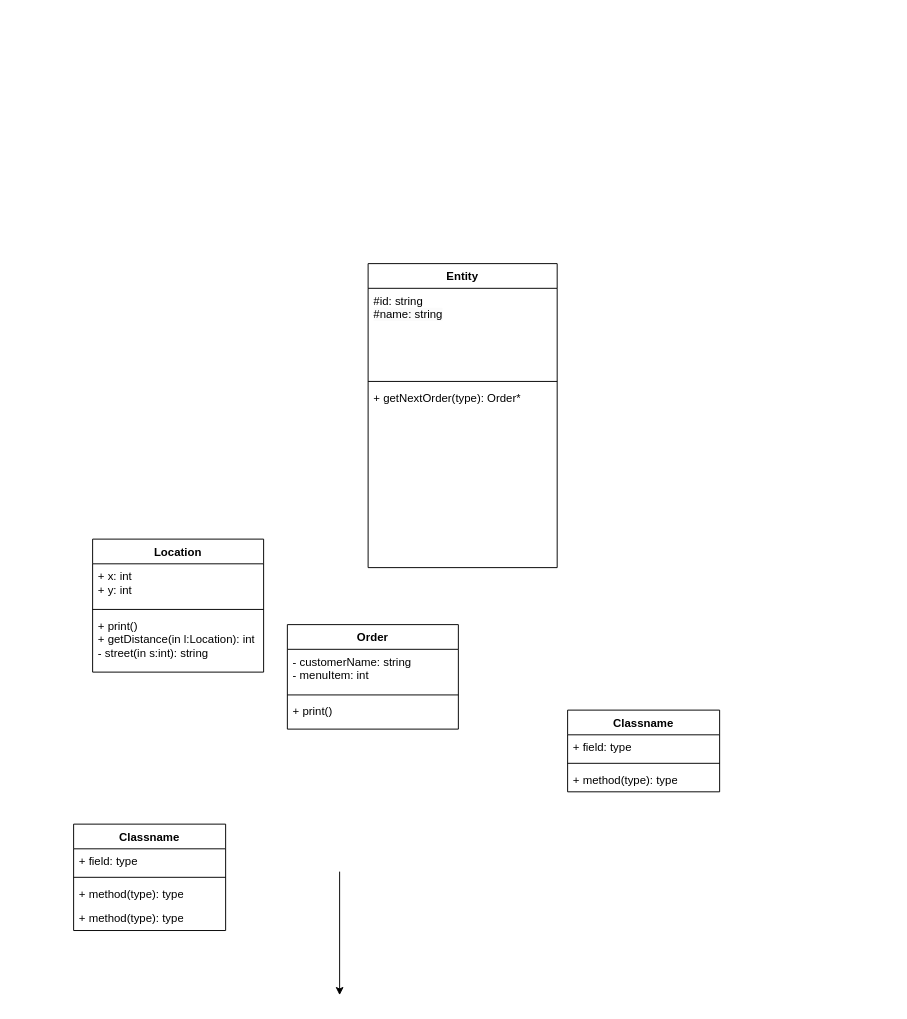
Above: comp 2404 - A3 UML.drawio in determere/2404uml-a3 (draw.io), before the change. Source tidied: cells renumbered, new cells numbered last; positions are measured from the earlier drawing's top-left corner, leaving out a move shared by most shapes. Both pictures are drawn from the tidied source at 95%, with x=0, y=0 at pixel (73, 263).
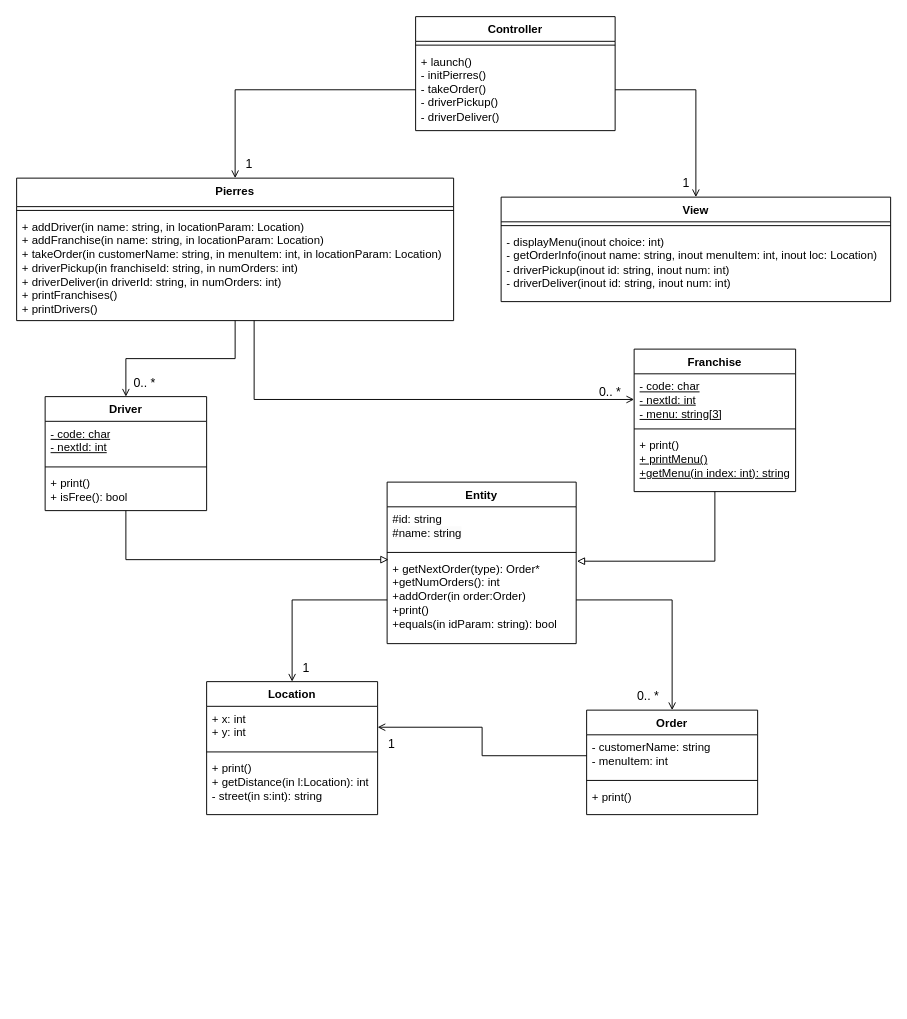
The same diagram, later.

Unchanged cells that the change refers to:
```xml
<mxCell id="8" value="+ x: int&lt;br&gt;+ y: int" style="text;strokeColor=none;fillColor=none;align=left;verticalAlign=top;spacingLeft=4;spacingRight=4;overflow=hidden;points=[[0,0.5],[1,0.5]];portConstraint=eastwest;whiteSpace=wrap;html=1;" parent="7" vertex="1">
  <mxGeometry y="26" width="180" height="44" as="geometry" />
</mxCell>
<mxCell id="21" value="- customerName: string&lt;br&gt;- menuItem: int" style="text;strokeColor=none;fillColor=none;align=left;verticalAlign=top;spacingLeft=4;spacingRight=4;overflow=hidden;points=[[0,0.5],[1,0.5]];portConstraint=eastwest;whiteSpace=wrap;html=1;" parent="20" vertex="1">
  <mxGeometry y="26" width="180" height="44" as="geometry" />
</mxCell>
```

What changed in the source:
```diff
@@
-    <mxCell id="2" style="endArrow=classic;html=1;rounded=0;exitX=0.5;exitY=1;exitDx=0;exitDy=0;" parent="1" edge="1">
-      <mxGeometry relative="1" as="geometry">
-        <mxPoint x="280" y="640" as="sourcePoint" />
-        <mxPoint x="280" y="770" as="targetPoint" />
-      </mxGeometry>
-    </mxCell>
     <mxCell id="3" value="Entity" style="swimlane;fontStyle=1;align=center;verticalAlign=top;horizontal=1;startSize=26;whiteSpace=wrap;html=1;" parent="1" vertex="1">
-      <mxGeometry x="310" width="199" height="320" as="geometry" />
+      <mxGeometry x="330" y="230" width="199" height="170" as="geometry" />
     </mxCell>
     <mxCell id="4" value="#id: string&lt;br&gt;&lt;span style=&quot;color: rgb(0, 0, 0); font-family: Helvetica; font-size: 12px; font-style: normal; font-variant-ligatures: normal; font-variant-caps: normal; font-weight: 400; letter-spacing: normal; orphans: 2; text-align: left; text-indent: 0px; text-transform: none; widows: 2; word-spacing: 0px; -webkit-text-stroke-width: 0px; background-color: rgb(251, 251, 251); text-decoration-thickness: initial; text-decoration-style: initial; text-decoration-color: initial; float: none; display: inline !important;&quot;&gt;#name: string&lt;/span&gt;&lt;br&gt;" style="text;strokeColor=none;fillColor=none;align=left;verticalAlign=top;spacingLeft=4;spacingRight=4;overflow=hidden;whiteSpace=wrap;html=1;" parent="3" vertex="1">
-      <mxGeometry y="26" width="199" height="94" as="geometry" />
+      <mxGeometry y="26" width="199" height="44" as="geometry" />
     </mxCell>
     <mxCell id="5" style="line;strokeWidth=1;fillColor=none;align=left;verticalAlign=middle;spacingTop=-1;spacingLeft=3;spacingRight=3;labelPosition=right;strokeColor=inherit;" parent="3" vertex="1">
-      <mxGeometry y="120" width="199" height="8" as="geometry" />
+      <mxGeometry y="70" width="199" height="8" as="geometry" />
     </mxCell>
-    <mxCell id="6" value="+ getNextOrder(type): Order*" style="text;strokeColor=none;fillColor=none;align=left;verticalAlign=top;spacingLeft=4;spacingRight=4;overflow=hidden;points=[[0,0.5],[1,0.5]];portConstraint=eastwest;whiteSpace=wrap;html=1;" parent="3" vertex="1">
-      <mxGeometry y="128" width="199" height="192" as="geometry" />
+    <mxCell id="6" value="+ getNextOrder(type): Order*&lt;br&gt;+getNumOrders(): int&lt;br&gt;+addOrder(in order:Order)&lt;br&gt;+print()&lt;br&gt;+equals(in idParam: string): bool" style="text;strokeColor=none;fillColor=none;align=left;verticalAlign=top;spacingLeft=4;spacingRight=4;overflow=hidden;points=[[0,0.5],[1,0.5]];portConstraint=eastwest;whiteSpace=wrap;html=1;" parent="3" vertex="1">
+      <mxGeometry y="78" width="199" height="92" as="geometry" />
     </mxCell>
     <mxCell id="7" value="Location" style="swimlane;fontStyle=1;align=center;verticalAlign=top;horizontal=1;startSize=26;whiteSpace=wrap;html=1;" parent="1" vertex="1">
-      <mxGeometry x="20" y="290" width="180" height="140" as="geometry" />
+      <mxGeometry x="140" y="440" width="180" height="140" as="geometry" />
     </mxCell>
@@
+    <mxCell id="24" style="edgeStyle=orthogonalEdgeStyle;rounded=0;jettySize=auto;html=1;entryX=1.004;entryY=0.057;entryDx=0;entryDy=0;entryPerimeter=0;endArrow=block;endFill=0;strokeWidth=1;" parent="1" edge="1" source="11" target="6">
+      <mxGeometry relative="1" as="geometry" />
+    </mxCell>
-    <mxCell id="11" value="Classname" style="swimlane;fontStyle=1;align=center;verticalAlign=top;horizontal=1;startSize=26;whiteSpace=wrap;html=1;" parent="1" vertex="1">
-      <mxGeometry x="520" y="470" width="160" height="86" as="geometry" />
+    <mxCell id="11" value="Franchise" style="swimlane;fontStyle=1;align=center;verticalAlign=top;horizontal=1;startSize=26;whiteSpace=wrap;html=1;" parent="1" vertex="1">
+      <mxGeometry x="590" y="90" width="170" height="150" as="geometry" />
     </mxCell>
-    <mxCell id="12" value="+ field: type" style="text;strokeColor=none;fillColor=none;align=left;verticalAlign=top;spacingLeft=4;spacingRight=4;overflow=hidden;points=[[0,0.5],[1,0.5]];portConstraint=eastwest;whiteSpace=wrap;html=1;" parent="11" vertex="1">
-      <mxGeometry y="26" width="160" height="26" as="geometry" />
+    <mxCell id="12" value="&lt;u&gt;- code: char&lt;br&gt;- nextId: int&lt;br&gt;- menu: string[3]&lt;/u&gt;" style="text;strokeColor=none;fillColor=none;align=left;verticalAlign=top;spacingLeft=4;spacingRight=4;overflow=hidden;points=[[0,0.5],[1,0.5]];portConstraint=eastwest;whiteSpace=wrap;html=1;" parent="11" vertex="1">
+      <mxGeometry y="26" width="170" height="54" as="geometry" />
     </mxCell>
     <mxCell id="13" style="line;strokeWidth=1;fillColor=none;align=left;verticalAlign=middle;spacingTop=-1;spacingLeft=3;spacingRight=3;labelPosition=right;strokeColor=inherit;" parent="11" vertex="1">
-      <mxGeometry y="52" width="160" height="8" as="geometry" />
+      <mxGeometry y="80" width="170" height="8" as="geometry" />
     </mxCell>
-    <mxCell id="14" value="+ method(type): type" style="text;strokeColor=none;fillColor=none;align=left;verticalAlign=top;spacingLeft=4;spacingRight=4;overflow=hidden;whiteSpace=wrap;html=1;" parent="11" vertex="1">
-      <mxGeometry y="60" width="160" height="26" as="geometry" />
+    <mxCell id="14" value="+ print()&lt;br&gt;&lt;u&gt;+ printMenu()&lt;br&gt;+getMenu(in index: int): string&lt;/u&gt;" style="text;strokeColor=none;fillColor=none;align=left;verticalAlign=top;spacingLeft=4;spacingRight=4;overflow=hidden;whiteSpace=wrap;html=1;" parent="11" vertex="1">
+      <mxGeometry y="88" width="170" height="62" as="geometry" />
     </mxCell>
-    <mxCell id="15" value="Classname" style="swimlane;fontStyle=1;align=center;verticalAlign=top;horizontal=1;startSize=26;whiteSpace=wrap;html=1;" parent="1" vertex="1">
-      <mxGeometry y="590" width="160" height="112" as="geometry" />
-    </mxCell>
-    <mxCell id="16" value="+ field: type" style="text;strokeColor=none;fillColor=none;align=left;verticalAlign=top;spacingLeft=4;spacingRight=4;overflow=hidden;whiteSpace=wrap;html=1;" parent="15" vertex="1">
-      <mxGeometry y="26" width="160" height="26" as="geometry" />
-    </mxCell>
-    <mxCell id="17" style="line;strokeWidth=1;fillColor=none;align=left;verticalAlign=middle;spacingTop=-1;spacingLeft=3;spacingRight=3;labelPosition=right;strokeColor=inherit;" parent="15" vertex="1">
-      <mxGeometry y="52" width="160" height="8" as="geometry" />
-    </mxCell>
-    <mxCell id="18" value="+ method(type): type" style="text;strokeColor=none;fillColor=none;align=left;verticalAlign=top;spacingLeft=4;spacingRight=4;overflow=hidden;whiteSpace=wrap;html=1;" parent="15" vertex="1">
-      <mxGeometry y="60" width="160" height="26" as="geometry" />
-    </mxCell>
-    <mxCell id="19" value="+ method(type): type" style="text;strokeColor=none;fillColor=none;align=left;verticalAlign=top;spacingLeft=4;spacingRight=4;overflow=hidden;whiteSpace=wrap;html=1;" parent="15" vertex="1">
-      <mxGeometry y="86" width="160" height="26" as="geometry" />
-    </mxCell>
     <mxCell id="20" value="Order" style="swimlane;fontStyle=1;align=center;verticalAlign=top;horizontal=1;startSize=26;whiteSpace=wrap;html=1;" parent="1" vertex="1">
-      <mxGeometry x="225" y="380" width="180" height="110" as="geometry" />
+      <mxGeometry x="540" y="470" width="180" height="110" as="geometry" />
     </mxCell>
@@
+    <mxCell id="25" style="edgeStyle=orthogonalEdgeStyle;rounded=0;jettySize=auto;html=1;entryX=0.007;entryY=0.039;entryDx=0;entryDy=0;entryPerimeter=0;endArrow=block;endFill=0;" parent="1" edge="1" source="26" target="6">
+      <mxGeometry relative="1" as="geometry" />
+    </mxCell>
+    <mxCell id="26" value="Driver" style="swimlane;fontStyle=1;align=center;verticalAlign=top;horizontal=1;startSize=26;whiteSpace=wrap;html=1;" parent="1" vertex="1">
+      <mxGeometry x="-30" y="140" width="170" height="120" as="geometry" />
+    </mxCell>
+    <mxCell id="27" value="&lt;u&gt;- code: char&lt;br&gt;- nextId: int&lt;br&gt;&lt;/u&gt;" style="text;strokeColor=none;fillColor=none;align=left;verticalAlign=top;spacingLeft=4;spacingRight=4;overflow=hidden;whiteSpace=wrap;html=1;" parent="26" vertex="1">
+      <mxGeometry y="26" width="170" height="44" as="geometry" />
+    </mxCell>
+    <mxCell id="28" style="line;strokeWidth=1;fillColor=none;align=left;verticalAlign=middle;spacingTop=-1;spacingLeft=3;spacingRight=3;labelPosition=right;strokeColor=inherit;" parent="26" vertex="1">
+      <mxGeometry y="70" width="170" height="8" as="geometry" />
+    </mxCell>
+    <mxCell id="29" value="+ print()&lt;br&gt;+ isFree(): bool" style="text;strokeColor=none;fillColor=none;align=left;verticalAlign=top;spacingLeft=4;spacingRight=4;overflow=hidden;whiteSpace=wrap;html=1;" parent="26" vertex="1">
+      <mxGeometry y="78" width="170" height="42" as="geometry" />
+    </mxCell>
+    <mxCell id="30" style="edgeStyle=orthogonalEdgeStyle;rounded=0;jettySize=auto;html=1;entryX=0.5;entryY=0;entryDx=0;entryDy=0;endArrow=open;endFill=0;" parent="1" edge="1" source="32" target="26">
+      <mxGeometry relative="1" as="geometry" />
+    </mxCell>
+    <mxCell id="31" style="edgeStyle=orthogonalEdgeStyle;rounded=0;jettySize=auto;html=1;endArrow=open;endFill=0;" parent="1" edge="1" source="32" target="12">
+      <mxGeometry relative="1" as="geometry">
+        <Array as="points">
+          <mxPoint x="190" y="143" />
+        </Array>
+      </mxGeometry>
+    </mxCell>
+    <mxCell id="32" value="Pierres" style="swimlane;fontStyle=1;align=center;verticalAlign=top;horizontal=1;startSize=30;whiteSpace=wrap;html=1;" parent="1" vertex="1">
+      <mxGeometry x="-60" y="-90" width="460" height="150" as="geometry" />
+    </mxCell>
+    <mxCell id="33" style="line;strokeWidth=1;fillColor=none;align=left;verticalAlign=middle;spacingTop=-1;spacingLeft=3;spacingRight=3;labelPosition=right;strokeColor=inherit;" parent="32" vertex="1">
+      <mxGeometry y="30" width="460" height="8" as="geometry" />
+    </mxCell>
+    <mxCell id="34" value="+ addDriver(in name: string, in locationParam: Location)&lt;br&gt;+ addFranchise(in name: string, in locationParam: Location)&lt;br style=&quot;border-color: var(--border-color);&quot;&gt;+ takeOrder(in customerName: string, in menuItem: int, in locationParam: Location)&lt;br&gt;+ driverPickup(in franchiseId: string, in numOrders: int)&lt;br&gt;+ driverDeliver(in driverId: string, in numOrders: int)&lt;br&gt;+ printFranchises()&lt;br&gt;+ printDrivers()&lt;br style=&quot;border-color: var(--border-color);&quot;&gt;&lt;u&gt;&lt;br&gt;&lt;/u&gt;" style="text;strokeColor=none;fillColor=none;align=left;verticalAlign=top;spacingLeft=4;spacingRight=4;overflow=hidden;whiteSpace=wrap;html=1;" parent="32" vertex="1">
+      <mxGeometry y="38" width="460" height="112" as="geometry" />
+    </mxCell>
+    <mxCell id="35" value="Controller" style="swimlane;fontStyle=1;align=center;verticalAlign=top;horizontal=1;startSize=26;whiteSpace=wrap;html=1;" parent="1" vertex="1">
+      <mxGeometry x="360" y="-260" width="210" height="120" as="geometry" />
+    </mxCell>
+    <mxCell id="36" style="line;strokeWidth=1;fillColor=none;align=left;verticalAlign=middle;spacingTop=-1;spacingLeft=3;spacingRight=3;labelPosition=right;strokeColor=inherit;" parent="35" vertex="1">
+      <mxGeometry y="26" width="210" height="8" as="geometry" />
+    </mxCell>
+    <mxCell id="37" value="+ launch()&lt;br&gt;- initPierres()&lt;br&gt;- takeOrder()&lt;br&gt;- driverPickup()&lt;br&gt;- driverDeliver()" style="text;strokeColor=none;fillColor=none;align=left;verticalAlign=top;spacingLeft=4;spacingRight=4;overflow=hidden;points=[[0,0.5],[1,0.5]];portConstraint=eastwest;whiteSpace=wrap;html=1;" parent="35" vertex="1">
+      <mxGeometry y="34" width="210" height="86" as="geometry" />
+    </mxCell>
+    <mxCell id="38" value="View" style="swimlane;fontStyle=1;align=center;verticalAlign=top;horizontal=1;startSize=26;whiteSpace=wrap;html=1;" parent="1" vertex="1">
+      <mxGeometry x="450" y="-70" width="410" height="110" as="geometry" />
+    </mxCell>
+    <mxCell id="39" style="line;strokeWidth=1;fillColor=none;align=left;verticalAlign=middle;spacingTop=-1;spacingLeft=3;spacingRight=3;labelPosition=right;strokeColor=inherit;" parent="38" vertex="1">
+      <mxGeometry y="26" width="410" height="8" as="geometry" />
+    </mxCell>
+    <mxCell id="40" value="- displayMenu(inout choice: int)&lt;br&gt;- getOrderInfo(inout name: string, inout menuItem: int, inout loc: Location)&lt;br&gt;- driverPickup(inout id: string, inout num: int)&lt;br&gt;- driverDeliver(inout id: string, inout num: int)" style="text;strokeColor=none;fillColor=none;align=left;verticalAlign=top;spacingLeft=4;spacingRight=4;overflow=hidden;whiteSpace=wrap;html=1;" parent="38" vertex="1">
+      <mxGeometry y="34" width="410" height="76" as="geometry" />
+    </mxCell>
+    <mxCell id="41" style="edgeStyle=orthogonalEdgeStyle;rounded=0;jettySize=auto;html=1;exitX=0;exitY=0.5;exitDx=0;exitDy=0;entryX=0.5;entryY=0;entryDx=0;entryDy=0;endArrow=open;endFill=0;" parent="1" edge="1" source="37" target="32">
+      <mxGeometry relative="1" as="geometry" />
+    </mxCell>
+    <mxCell id="42" style="edgeStyle=orthogonalEdgeStyle;rounded=0;jettySize=auto;html=1;exitX=1;exitY=0.5;exitDx=0;exitDy=0;entryX=0.5;entryY=0;entryDx=0;entryDy=0;endArrow=open;endFill=0;" parent="1" edge="1" source="37" target="38">
+      <mxGeometry relative="1" as="geometry" />
+    </mxCell>
+    <mxCell id="43" style="edgeStyle=orthogonalEdgeStyle;rounded=0;jettySize=auto;html=1;exitX=0;exitY=0.5;exitDx=0;exitDy=0;entryX=0.5;entryY=0;entryDx=0;entryDy=0;endArrow=open;endFill=0;" parent="1" edge="1" source="6" target="7">
+      <mxGeometry relative="1" as="geometry" />
+    </mxCell>
+    <mxCell id="44" style="edgeStyle=orthogonalEdgeStyle;rounded=0;jettySize=auto;html=1;entryX=0.5;entryY=0;entryDx=0;entryDy=0;endArrow=open;endFill=0;" parent="1" edge="1" source="6" target="20">
+      <mxGeometry relative="1" as="geometry" />
+    </mxCell>
+    <mxCell id="45" value="1" style="text;html=1;strokeColor=none;fillColor=none;align=center;verticalAlign=middle;whiteSpace=wrap;rounded=0;fontSize=13;" parent="1" vertex="1">
+      <mxGeometry x="180" y="-110" width="10" height="10" as="geometry" />
+    </mxCell>
+    <mxCell id="46" style="edgeStyle=orthogonalEdgeStyle;rounded=0;jettySize=auto;html=1;entryX=1;entryY=0.5;entryDx=0;entryDy=0;endArrow=open;endFill=0;" parent="1" edge="1" source="21" target="8">
+      <mxGeometry relative="1" as="geometry" />
+    </mxCell>
+    <mxCell id="47" value="1" style="text;html=1;strokeColor=none;fillColor=none;align=center;verticalAlign=middle;whiteSpace=wrap;rounded=0;fontSize=13;" parent="1" vertex="1">
+      <mxGeometry x="640" y="-90" width="10" height="10" as="geometry" />
+    </mxCell>
+    <mxCell id="48" value="0.. *" style="text;html=1;strokeColor=none;fillColor=none;align=center;verticalAlign=middle;whiteSpace=wrap;rounded=0;fontSize=13;" parent="1" vertex="1">
+      <mxGeometry x="550" y="130" width="30" height="10" as="geometry" />
+    </mxCell>
+    <mxCell id="49" value="0.. *" style="text;html=1;strokeColor=none;fillColor=none;align=center;verticalAlign=middle;whiteSpace=wrap;rounded=0;fontSize=13;" parent="1" vertex="1">
+      <mxGeometry x="60" y="120" width="30" height="10" as="geometry" />
+    </mxCell>
+    <mxCell id="50" value="0.. *" style="text;html=1;strokeColor=none;fillColor=none;align=center;verticalAlign=middle;whiteSpace=wrap;rounded=0;fontSize=13;" parent="1" vertex="1">
+      <mxGeometry x="590" y="450" width="30" height="10" as="geometry" />
+    </mxCell>
+    <mxCell id="51" value="1" style="text;html=1;strokeColor=none;fillColor=none;align=center;verticalAlign=middle;whiteSpace=wrap;rounded=0;fontSize=13;" parent="1" vertex="1">
+      <mxGeometry x="240" y="420" width="10" height="10" as="geometry" />
+    </mxCell>
+    <mxCell id="52" value="1" style="text;html=1;strokeColor=none;fillColor=none;align=center;verticalAlign=middle;whiteSpace=wrap;rounded=0;fontSize=13;" parent="1" vertex="1">
+      <mxGeometry x="330" y="500" width="10" height="10" as="geometry" />
+    </mxCell>
```
